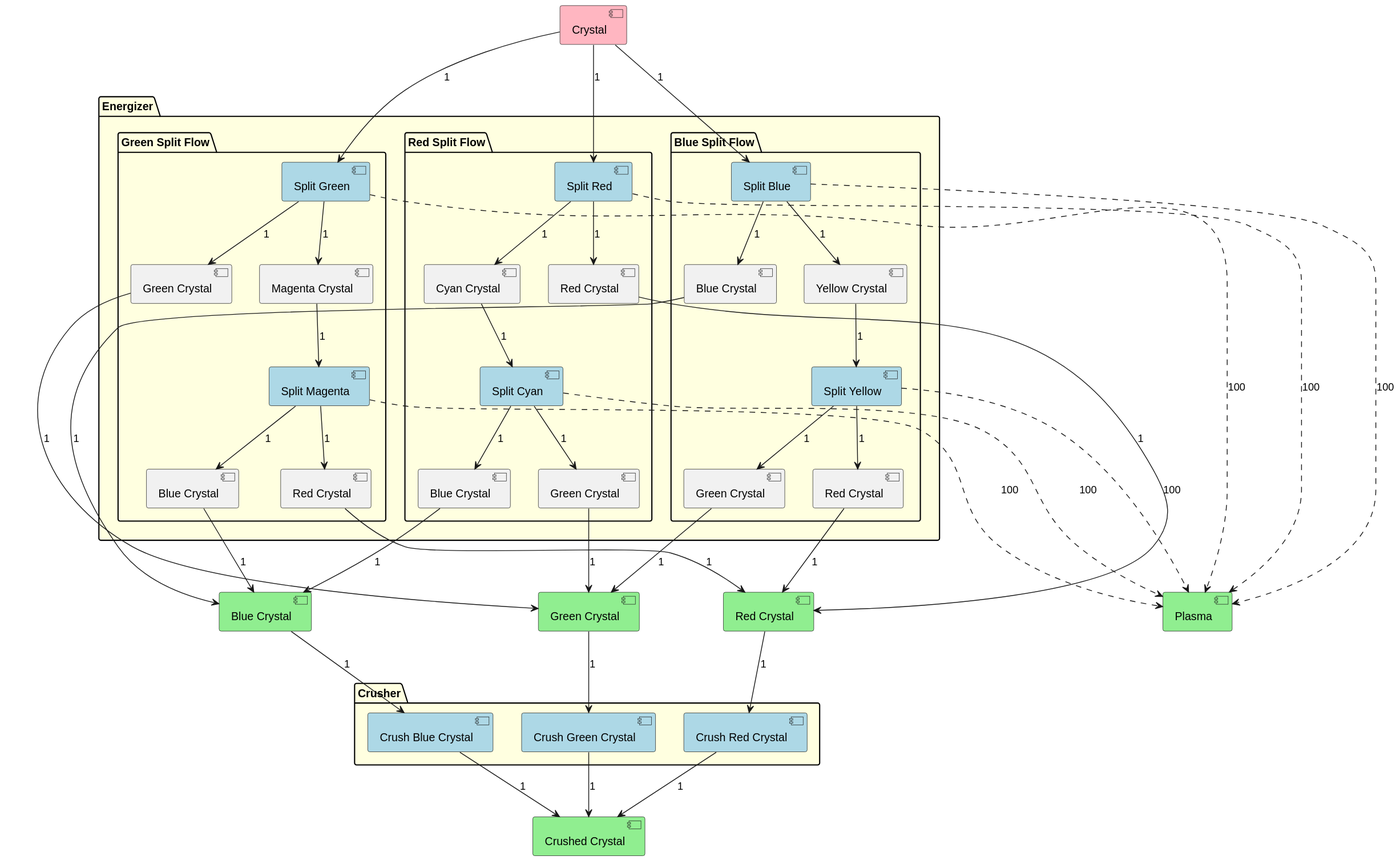
Above: Documentation/ColoredFlow.svg in Thomas-De-Praetere/CrystalMod (PlantUML), before the change.
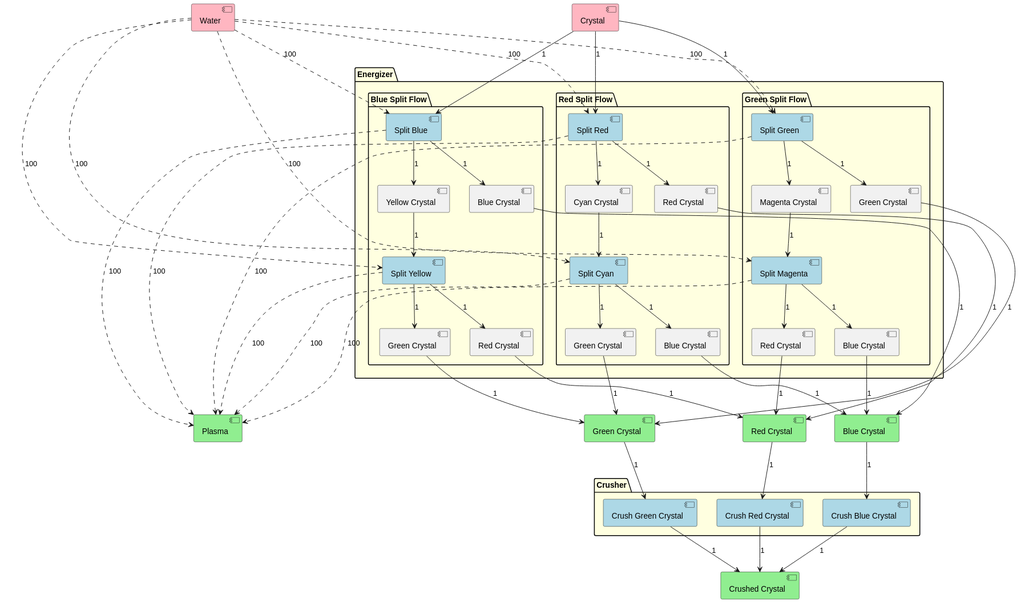
Above is the later version.

Change to the diagram source:
```diff
@@ -4,6 +4,7 @@
 hide circle
 
 [Crystal] as C #lightpink
+[Water] as W #lightpink
 
 [Red Crystal] as RC #lightgreen
 [Green Crystal] as GC #lightgreen
@@ -52,6 +53,13 @@
 SB ...> PA : 100
 SY ...> PA : 100
 
+W ..> SG : 100
+W ..> SM : 100
+W ..> SR : 100
+W ..> SC : 100
+W ..> SB : 100
+W ..> SY : 100
+
 C --> SG  : 1
 SG --> GC1 : 1
 SG --> MC : 1
```
